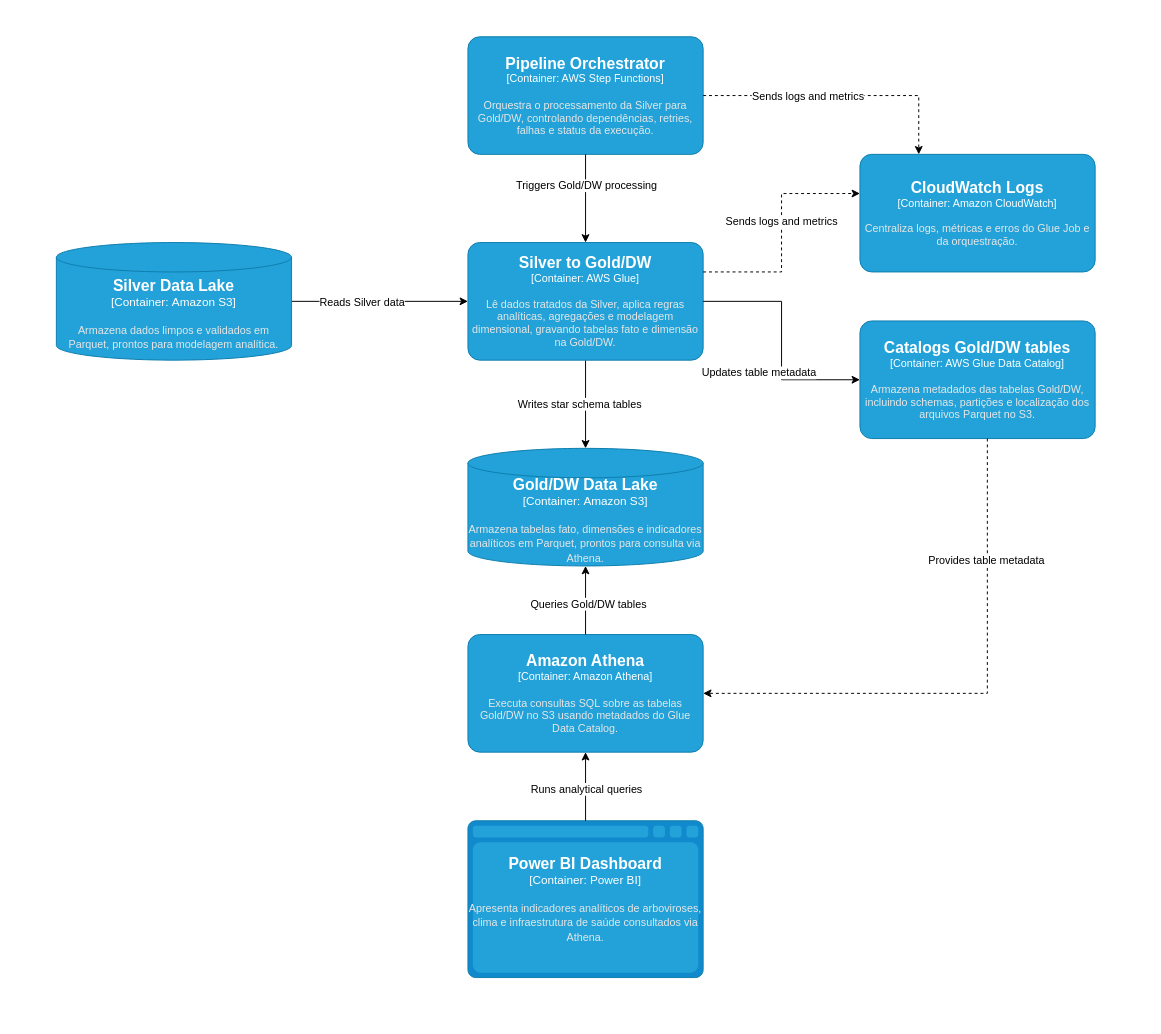
Above: architecture/c4/c3_silver_to_gold_dw_flow.drawio in lleonardo-p/data_masters (draw.io), before the change. Source tidied: cells renumbered, new cells numbered last; positions are measured from the earlier drawing's top-left corner, leaving out a move shared by most shapes. Both pictures are drawn from the tidied source at 98%, with x=0, y=0 at pixel (56, 36).
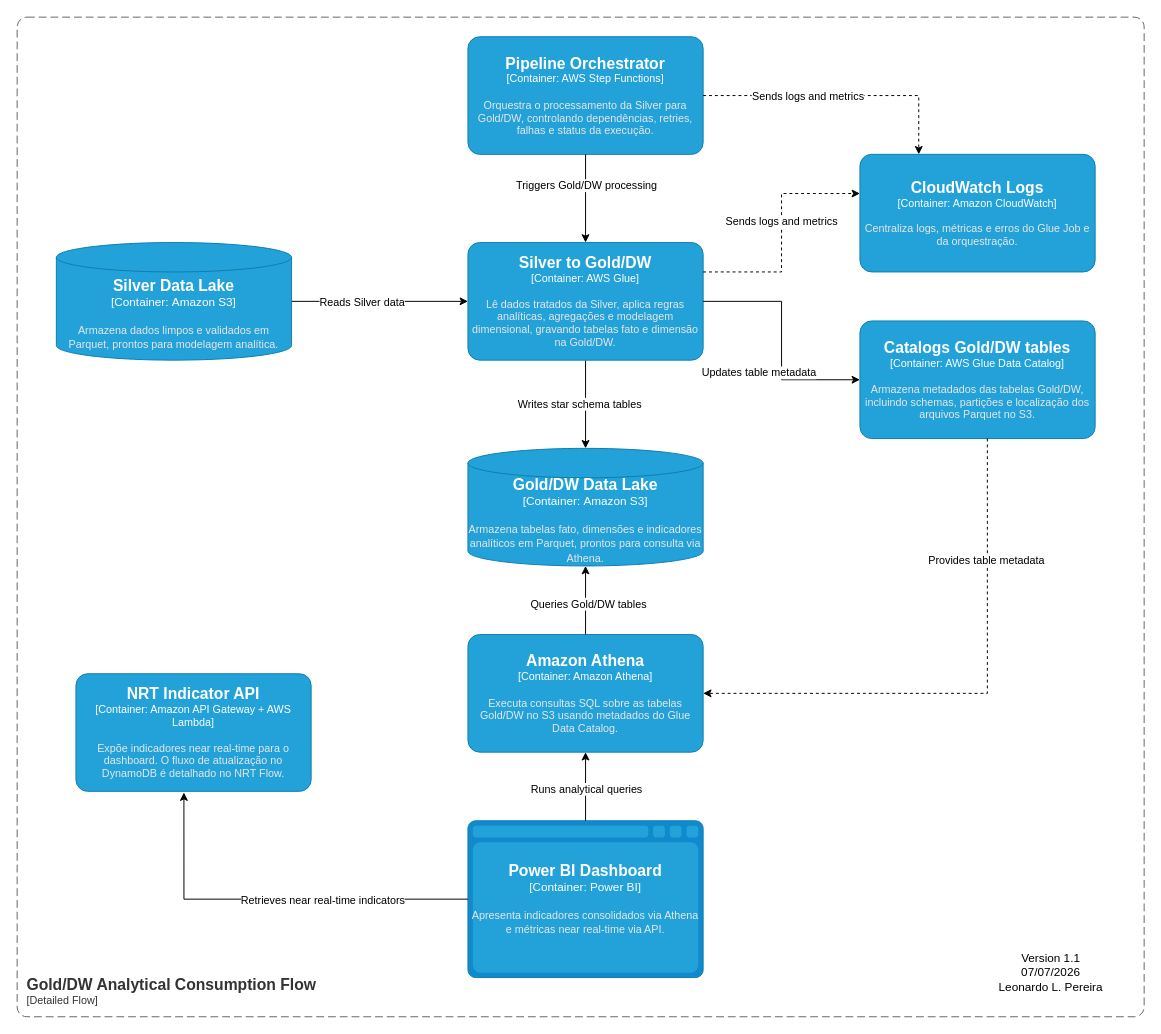
Above is the later version.

Change to the diagram source:
```diff
@@
-    <object id="25" label="&lt;font style=&quot;font-size: 16px&quot;&gt;&lt;b&gt;%c4Name%&lt;/b&gt;&lt;/font&gt;&lt;div&gt;[%c4Type%:&amp;nbsp;%c4Technology%]&lt;/div&gt;&lt;br&gt;&lt;div&gt;&lt;font style=&quot;font-size: 11px&quot;&gt;&lt;font color=&quot;#E6E6E6&quot;&gt;%c4Description%&lt;/font&gt;&lt;/div&gt;" c4Description="Apresenta indicadores analíticos de arboviroses, clima e infraestrutura de saúde consultados via Athena." c4Name="Power BI Dashboard" c4Technology="Power BI" c4Type="Container" placeholders="1">
+    <object id="25" label="&lt;font style=&quot;font-size: 16px&quot;&gt;&lt;b&gt;%c4Name%&lt;/b&gt;&lt;/font&gt;&lt;div&gt;[%c4Type%:&amp;nbsp;%c4Technology%]&lt;/div&gt;&lt;br&gt;&lt;div&gt;&lt;font style=&quot;font-size: 11px&quot;&gt;&lt;font color=&quot;#E6E6E6&quot;&gt;%c4Description%&lt;/font&gt;&lt;/div&gt;" c4Description="Apresenta indicadores consolidados via Athena e métricas near real-time via API." c4Name="Power BI Dashboard" c4Technology="Power BI" c4Type="Container" placeholders="1">
       <mxCell style="shape=mxgraph.c4.webBrowserContainer2;whiteSpace=wrap;html=1;boundedLbl=1;rounded=0;labelBackgroundColor=none;strokeColor=#118ACD;fillColor=#23A2D9;strokeColor=#118ACD;strokeColor2=#0E7DAD;fontSize=12;fontColor=#ffffff;align=center;points=[[0.5,0,0],[1,0.25,0],[1,0.5,0],[1,0.75,0],[0.5,1,0],[0,0.75,0],[0,0.5,0],[0,0.25,0]];" parent="1" vertex="1">
         <mxGeometry x="420" y="800" width="240" height="160" as="geometry" />
       </mxCell>
     </object>
@@
+    <object id="30" label="&lt;font style=&quot;font-size: 16px&quot;&gt;&lt;b&gt;&lt;div style=&quot;text-align: left&quot;&gt;%c4Name%&lt;/div&gt;&lt;/b&gt;&lt;/font&gt;&lt;div style=&quot;text-align: left&quot;&gt;[%c4Application%]&lt;/div&gt;" c4Application="Detailed Flow" c4Name="Gold/DW Analytical Consumption Flow" placeholders="1">
+      <mxCell style="rounded=1;fontSize=11;whiteSpace=wrap;html=1;dashed=1;arcSize=20;fillColor=none;strokeColor=#666666;fontColor=#333333;labelBackgroundColor=none;align=left;verticalAlign=bottom;labelBorderColor=none;spacingTop=0;spacing=10;dashPattern=8 4;perimeter=rectanglePerimeter;noLabel=0;labelPadding=0;absoluteArcSize=1;" parent="1" vertex="1">
+        <mxGeometry x="-40" y="-20" width="1150" height="1020" as="geometry" />
+      </mxCell>
+    </object>
+    <mxCell id="31" value="Version 1.1&lt;div&gt;07/07/2026&lt;/div&gt;&lt;div&gt;Leonardo L. Pereira&lt;/div&gt;" style="text;html=1;whiteSpace=wrap;strokeColor=none;fillColor=none;align=center;verticalAlign=middle;rounded=0;" parent="1" vertex="1">
+      <mxGeometry x="940" y="940" width="150" height="30" as="geometry" />
+    </mxCell>
+    <mxCell id="32" style="edgeStyle=orthogonalEdgeStyle;rounded=0;jettySize=auto;html=1;exitX=0;exitY=0.5;exitDx=0;exitDy=0;exitPerimeter=0;entryX=0.459;entryY=1.01;entryDx=0;entryDy=0;entryPerimeter=0;" parent="1" edge="1" source="25" target="34">
+      <mxGeometry relative="1" as="geometry" />
+    </mxCell>
+    <mxCell id="33" value="Retrieves near real-time indicators" style="edgeLabel;html=1;align=center;verticalAlign=middle;" parent="32" vertex="1">
+      <mxGeometry x="0.02" y="1" relative="1" as="geometry">
+        <mxPoint x="54" y="-1" as="offset" />
+      </mxGeometry>
+    </mxCell>
+    <object id="34" label="&lt;font style=&quot;font-size: 16px&quot;&gt;&lt;b&gt;%c4Name%&lt;/b&gt;&lt;/font&gt;&lt;div&gt;[%c4Type%: %c4Technology%]&lt;/div&gt;&lt;br&gt;&lt;div&gt;&lt;font style=&quot;font-size: 11px&quot;&gt;&lt;font color=&quot;#E6E6E6&quot;&gt;%c4Description%&lt;/font&gt;&lt;/div&gt;" c4Description="Expõe indicadores near real-time para o dashboard. O fluxo de atualização no DynamoDB é detalhado no NRT Flow." c4Name="NRT Indicator API" c4Technology="Amazon API Gateway + AWS Lambda" c4Type="Container" placeholders="1">
+      <mxCell style="rounded=1;whiteSpace=wrap;html=1;fontSize=11;labelBackgroundColor=none;fillColor=#23A2D9;fontColor=#ffffff;align=center;arcSize=10;strokeColor=#0E7DAD;points=[[0.25,0,0],[0.5,0,0],[0.75,0,0],[1,0.25,0],[1,0.5,0],[1,0.75,0],[0.75,1,0],[0.5,1,0],[0.25,1,0],[0,0.75,0],[0,0.5,0],[0,0.25,0]];" parent="1" vertex="1">
+        <mxGeometry x="20" y="650" width="240" height="120" as="geometry" />
+      </mxCell>
+    </object>
```
